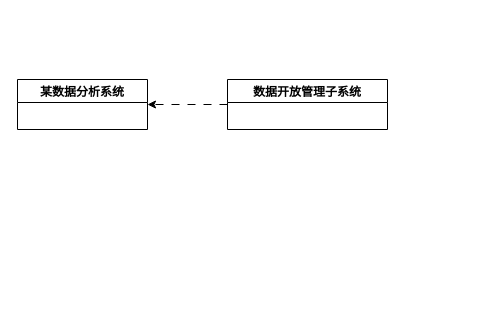
Before: 关系图.drawio in Diend-7/-, a draw.io diagram. Source tidied: cells renumbered, new cells numbered last; positions are measured from the earlier drawing's top-left corner, leaving out a move shared by most shapes. Both pictures are drawn from the tidied source at 100%, with x=0, y=0 at pixel (17, 79).
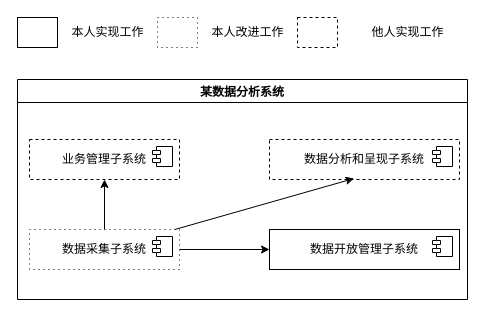
After the change.

Commit message:
更新关系图.drawio

Diff of the diagram source:
```diff
@@
     <mxCell id="2" value="某数据分析系统" style="swimlane;" parent="1" vertex="1">
-      <mxGeometry width="130" height="50" as="geometry" />
+      <mxGeometry width="450" height="220" as="geometry" />
     </mxCell>
-    <mxCell id="3" style="edgeStyle=orthogonalEdgeStyle;rounded=0;jettySize=auto;html=1;entryX=1;entryY=0.5;entryDx=0;entryDy=0;dashed=1;dashPattern=8 8;" parent="1" edge="1" source="4" target="2">
-      <mxGeometry relative="1" as="geometry" />
-    </mxCell>
+    <mxCell id="5" style="rounded=0;jettySize=auto;html=1;entryX=0.5;entryY=1;entryDx=0;entryDy=0;" parent="2" edge="1" source="7" target="9">
+      <mxGeometry relative="1" as="geometry" />
+    </mxCell>
+    <mxCell id="6" style="edgeStyle=orthogonalEdgeStyle;rounded=0;jettySize=auto;html=1;entryX=0;entryY=0.5;entryDx=0;entryDy=0;" parent="2" edge="1" source="7" target="4">
+      <mxGeometry relative="1" as="geometry" />
+    </mxCell>
+    <mxCell id="7" value="数据采集子系统" style="html=1;whiteSpace=wrap;dashed=1;dashPattern=1 4;" parent="2" vertex="1">
+      <mxGeometry x="12" y="150" width="150" height="40" as="geometry" />
+    </mxCell>
+    <mxCell id="8" style="shape=module;jettyWidth=8;jettyHeight=4;" parent="7" vertex="1">
+      <mxGeometry x="1" width="20" height="20" relative="1" as="geometry">
+        <mxPoint x="-27" y="7" as="offset" />
+      </mxGeometry>
+    </mxCell>
+    <mxCell id="9" value="业务管理子系统" style="html=1;whiteSpace=wrap;dashed=1;" parent="2" vertex="1">
+      <mxGeometry x="12" y="60" width="150" height="40" as="geometry" />
+    </mxCell>
+    <mxCell id="10" style="shape=module;jettyWidth=8;jettyHeight=4;" parent="9" vertex="1">
+      <mxGeometry x="1" width="20" height="20" relative="1" as="geometry">
+        <mxPoint x="-27" y="7" as="offset" />
+      </mxGeometry>
+    </mxCell>
+    <mxCell id="11" value="数据分析和呈现子系统" style="html=1;whiteSpace=wrap;dashed=1;" parent="2" vertex="1">
+      <mxGeometry x="252" y="60" width="190" height="40" as="geometry" />
+    </mxCell>
+    <mxCell id="12" style="shape=module;jettyWidth=8;jettyHeight=4;" parent="11" vertex="1">
+      <mxGeometry x="1" width="20" height="20" relative="1" as="geometry">
+        <mxPoint x="-27" y="7" as="offset" />
+      </mxGeometry>
+    </mxCell>
-    <mxCell id="4" value="数据开放管理子系统" style="swimlane;" parent="1" vertex="1">
-      <mxGeometry x="210" width="160" height="50" as="geometry" />
+    <mxCell id="4" value="数据开放管理子系统" style="html=1;whiteSpace=wrap;" parent="2" vertex="1">
+      <mxGeometry x="252" y="150" width="190" height="40" as="geometry" />
     </mxCell>
+    <mxCell id="13" style="shape=module;jettyWidth=8;jettyHeight=4;" parent="4" vertex="1">
+      <mxGeometry x="1" width="20" height="20" relative="1" as="geometry">
+        <mxPoint x="-27" y="7" as="offset" />
+      </mxGeometry>
+    </mxCell>
+    <mxCell id="14" style="rounded=0;jettySize=auto;html=1;entryX=0.445;entryY=0.975;entryDx=0;entryDy=0;entryPerimeter=0;" parent="2" edge="1" source="7" target="11">
+      <mxGeometry relative="1" as="geometry" />
+    </mxCell>
+    <mxCell id="15" style="rounded=0;whiteSpace=wrap;html=1;" parent="1" vertex="1">
+      <mxGeometry y="-62" width="40" height="30" as="geometry" />
+    </mxCell>
+    <mxCell id="16" style="rounded=0;whiteSpace=wrap;html=1;dashed=1;dashPattern=1 4;" parent="1" vertex="1">
+      <mxGeometry x="140" y="-62" width="40" height="30" as="geometry" />
+    </mxCell>
+    <mxCell id="17" value="本人实现工作" style="text;html=1;align=center;verticalAlign=middle;strokeColor=none;fillColor=none;" parent="1" vertex="1">
+      <mxGeometry x="40" y="-62" width="100" height="30" as="geometry" />
+    </mxCell>
+    <mxCell id="18" value="本人改进工作" style="text;html=1;align=center;verticalAlign=middle;strokeColor=none;fillColor=none;" parent="1" vertex="1">
+      <mxGeometry x="180" y="-62" width="100" height="30" as="geometry" />
+    </mxCell>
+    <mxCell id="19" style="rounded=0;whiteSpace=wrap;html=1;dashed=1;" parent="1" vertex="1">
+      <mxGeometry x="280" y="-62" width="40" height="30" as="geometry" />
+    </mxCell>
+    <mxCell id="20" value="他人实现工作" style="text;html=1;align=center;verticalAlign=middle;strokeColor=none;fillColor=none;" parent="1" vertex="1">
+      <mxGeometry x="340" y="-62" width="100" height="30" as="geometry" />
+    </mxCell>
```
